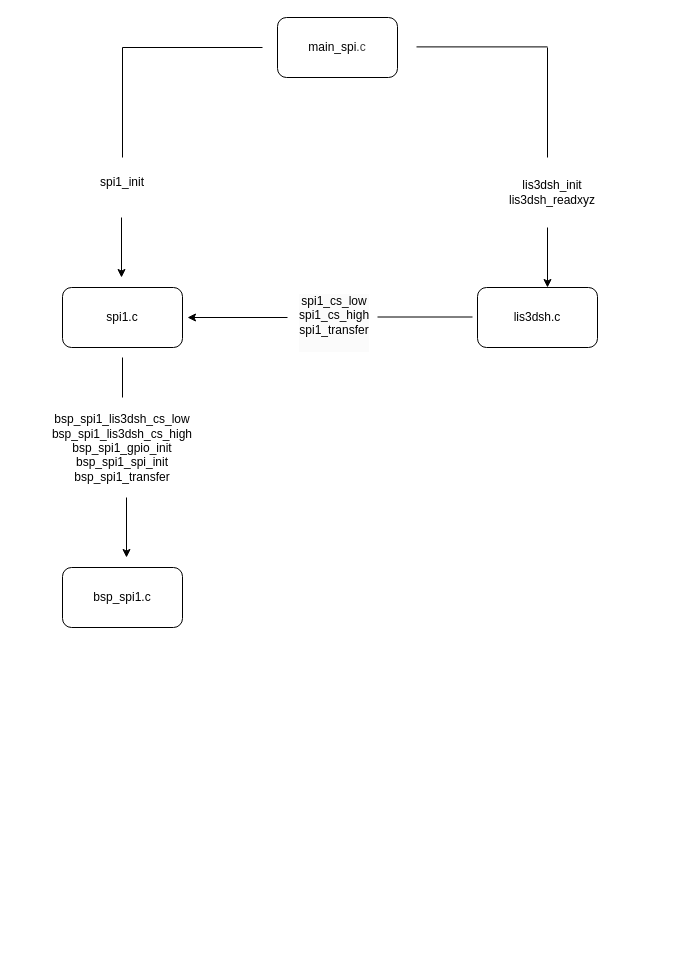
This is spi.drawio from adrienbey777/STM32F4BareMetal, a draw.io file, before an edit. Source tidied: cells renumbered, new cells numbered last; positions are measured from the earlier drawing's top-left corner, leaving out a move shared by most shapes. Both pictures are drawn from the tidied source at 100%, with x=0, y=0 at pixel (17, 17).
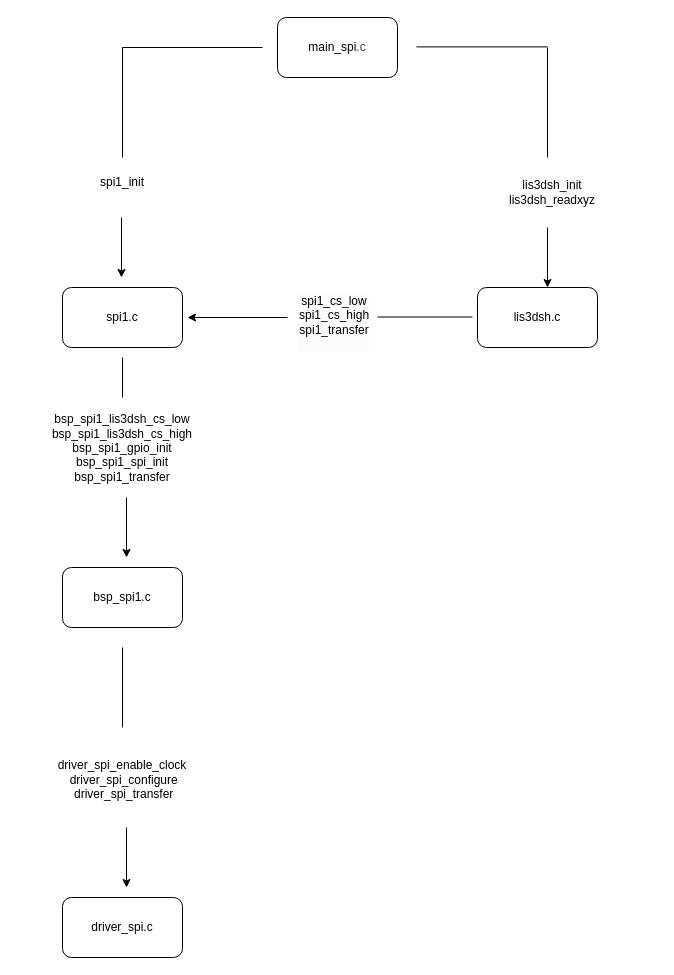
The same page after the edit.

The edit, as a diff of the source:
```diff
@@
+    <mxCell id="20" value="driver_spi.c" style="rounded=1;whiteSpace=wrap;html=1;" parent="1" vertex="1">
+      <mxGeometry x="45" y="880" width="120" height="60" as="geometry" />
+    </mxCell>
+    <mxCell id="21" style="endArrow=classic;html=1;exitX=0.5;exitY=1;exitDx=0;exitDy=0;" parent="1" edge="1">
+      <mxGeometry relative="1" as="geometry">
+        <mxPoint x="109" y="810" as="sourcePoint" />
+        <mxPoint x="109" y="870" as="targetPoint" />
+      </mxGeometry>
+    </mxCell>
+    <mxCell id="22" value="&lt;div&gt;&lt;font style=&quot;color: rgb(0, 0, 0);&quot;&gt;&lt;br&gt;&lt;/font&gt;&lt;/div&gt;&lt;div&gt;&lt;font style=&quot;color: rgb(0, 0, 0);&quot;&gt;driver_spi_enable_clock&lt;/font&gt;&lt;/div&gt;&lt;div&gt;&lt;span style=&quot;background-color: transparent;&quot;&gt;&lt;font style=&quot;color: rgb(0, 0, 0);&quot;&gt;&amp;nbsp;driver_spi_configure&lt;/font&gt;&lt;/span&gt;&lt;/div&gt;&lt;div&gt;&lt;span style=&quot;background-color: transparent; color: rgb(63, 63, 63);&quot;&gt;&lt;font style=&quot;color: rgb(0, 0, 0);&quot;&gt;&amp;nbsp;driver_spi_transfer&lt;/font&gt;&lt;/span&gt;&lt;/div&gt;" style="text;html=1;align=center;verticalAlign=middle;whiteSpace=wrap;rounded=0;" parent="1" vertex="1">
+      <mxGeometry y="740" width="210" height="30" as="geometry" />
+    </mxCell>
+    <mxCell id="23" style="endArrow=none;html=1;" parent="1" edge="1">
+      <mxGeometry relative="1" as="geometry">
+        <mxPoint x="105" y="710" as="sourcePoint" />
+        <mxPoint x="105" y="630" as="targetPoint" />
+      </mxGeometry>
+    </mxCell>
```
